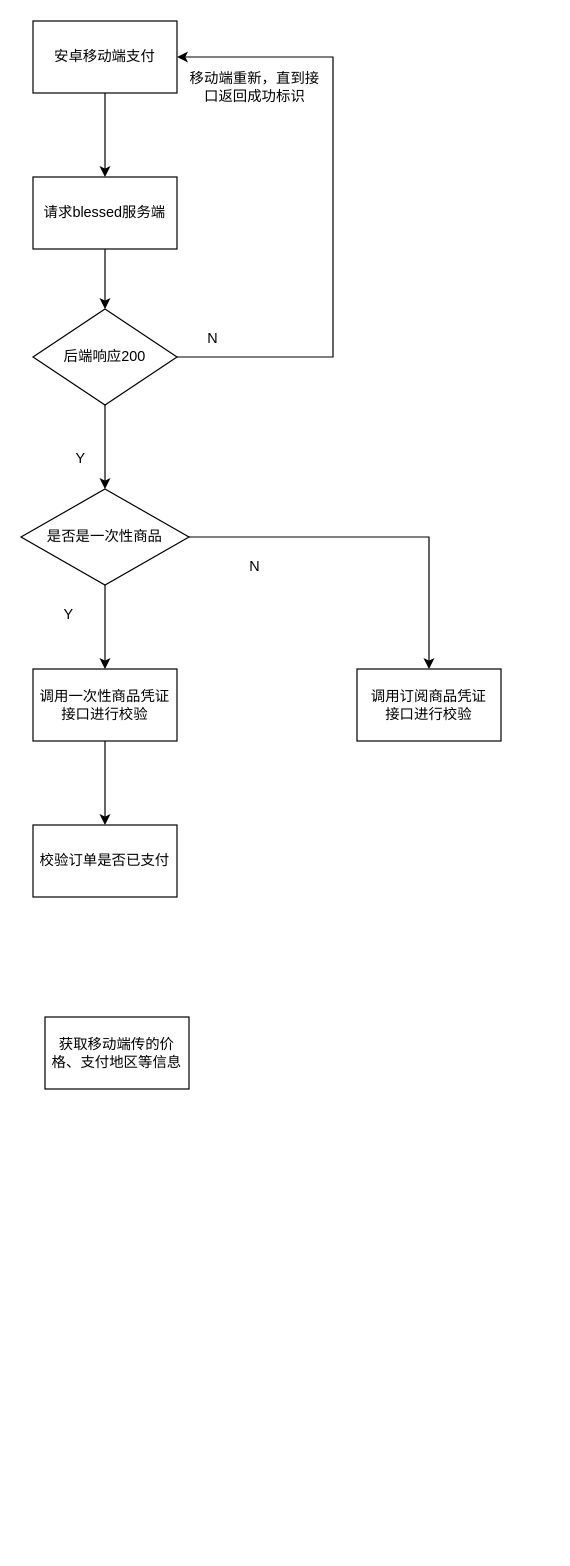
Before: 谷歌支付.drawio in ffyyhh995511/draw.io, a draw.io diagram. Source tidied: cells renumbered, new cells numbered last; positions are measured from the earlier drawing's top-left corner, leaving out a move shared by most shapes. Both pictures are drawn from the tidied source at 120%, with x=0, y=0 at pixel (20, 20).
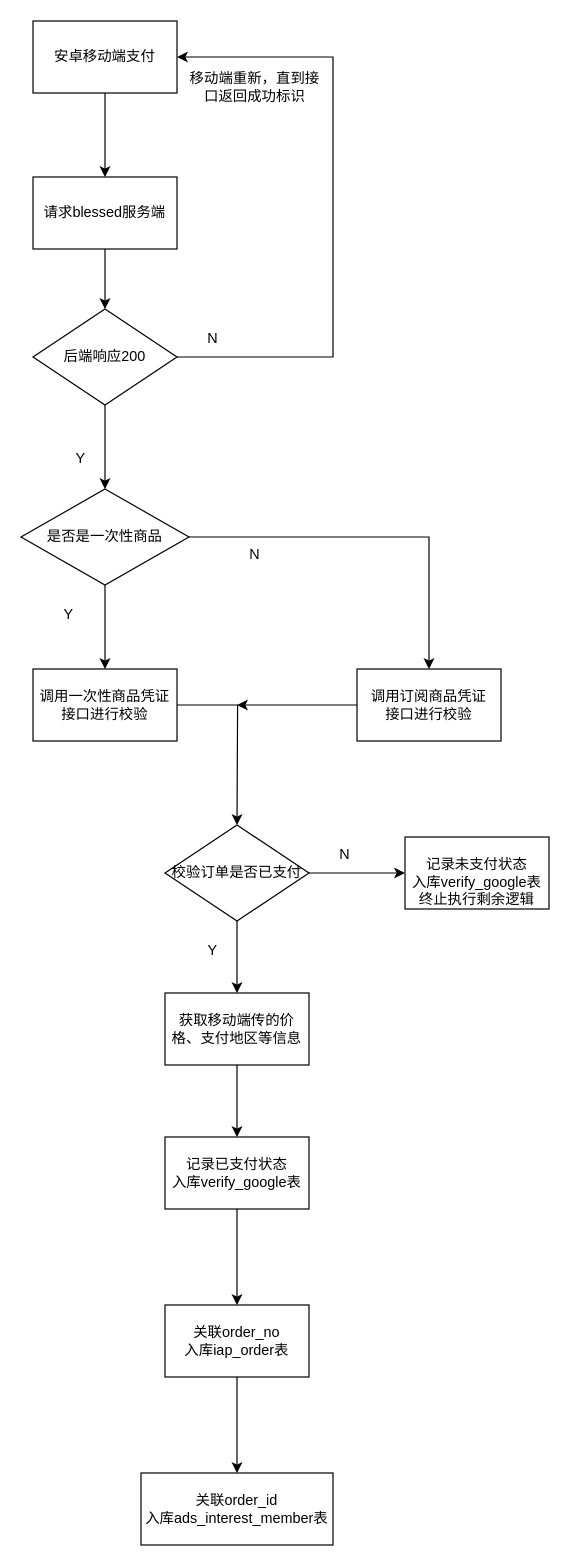
After the change.

Commit message (it also covers changes not shown here):
更新谷歌支付.drawio

The change refers to these unchanged cells:
```xml
<mxCell id="17" value="调用一次性商品凭证&lt;br&gt;接口进行校验" style="rounded=0;whiteSpace=wrap;html=1;" parent="1" vertex="1">
  <mxGeometry x="10" y="540" width="120" height="60" as="geometry" />
</mxCell>
<mxCell id="18" value="调用订阅商品凭证&lt;br&gt;接口进行校验" style="rounded=0;whiteSpace=wrap;html=1;" parent="1" vertex="1">
  <mxGeometry x="280" y="540" width="120" height="60" as="geometry" />
</mxCell>
```

What changed in the source:
```diff
@@
-    <mxCell id="16" style="edgeStyle=orthogonalEdgeStyle;rounded=0;jettySize=auto;html=1;entryX=0.5;entryY=0;entryDx=0;entryDy=0;" parent="1" edge="1" source="17" target="20">
-      <mxGeometry relative="1" as="geometry" />
-    </mxCell>
+    <mxCell id="22" style="edgeStyle=orthogonalEdgeStyle;rounded=0;jettySize=auto;html=1;" parent="1" edge="1" source="17">
+      <mxGeometry relative="1" as="geometry">
+        <mxPoint x="180" y="670" as="targetPoint" />
+      </mxGeometry>
+    </mxCell>
@@
+    <mxCell id="23" style="edgeStyle=orthogonalEdgeStyle;rounded=0;jettySize=auto;html=1;" parent="1" edge="1" source="18">
+      <mxGeometry relative="1" as="geometry">
+        <mxPoint x="180" y="570" as="targetPoint" />
+      </mxGeometry>
+    </mxCell>
@@
     <mxCell id="19" value="N" style="text;html=1;strokeColor=none;fillColor=none;align=center;verticalAlign=middle;whiteSpace=wrap;rounded=0;" parent="1" vertex="1">
-      <mxGeometry x="165" y="440" width="60" height="30" as="geometry" />
+      <mxGeometry x="165" y="430" width="60" height="30" as="geometry" />
     </mxCell>
+    <mxCell id="24" style="edgeStyle=orthogonalEdgeStyle;rounded=0;jettySize=auto;html=1;" parent="1" edge="1" source="20" target="26">
+      <mxGeometry relative="1" as="geometry" />
+    </mxCell>
+    <mxCell id="25" style="edgeStyle=orthogonalEdgeStyle;rounded=0;jettySize=auto;html=1;" parent="1" edge="1" source="20" target="21">
+      <mxGeometry relative="1" as="geometry" />
+    </mxCell>
-    <mxCell id="20" value="校验订单是否已支付" style="rounded=0;whiteSpace=wrap;html=1;" parent="1" vertex="1">
-      <mxGeometry x="10" y="670" width="120" height="60" as="geometry" />
+    <mxCell id="20" value="校验订单是否已支付" style="rhombus;whiteSpace=wrap;html=1;" parent="1" vertex="1">
+      <mxGeometry x="120" y="670" width="120" height="80" as="geometry" />
     </mxCell>
+    <mxCell id="26" value="&lt;br&gt;记录未支付状态&lt;br&gt;入库verify_google表&lt;br&gt;终止执行剩余逻辑&lt;br&gt;" style="whiteSpace=wrap;html=1;" parent="1" vertex="1">
+      <mxGeometry x="320" y="680" width="120" height="60" as="geometry" />
+    </mxCell>
+    <mxCell id="27" value="N" style="text;html=1;strokeColor=none;fillColor=none;align=center;verticalAlign=middle;whiteSpace=wrap;rounded=0;" parent="1" vertex="1">
+      <mxGeometry x="240" y="680" width="60" height="30" as="geometry" />
+    </mxCell>
+    <mxCell id="28" style="edgeStyle=orthogonalEdgeStyle;rounded=0;jettySize=auto;html=1;" parent="1" edge="1" source="21">
+      <mxGeometry relative="1" as="geometry">
+        <mxPoint x="180" y="930" as="targetPoint" />
+      </mxGeometry>
+    </mxCell>
-    <mxCell id="21" value="获取移动端传的价格、支付地区等信息" style="rounded=0;whiteSpace=wrap;html=1;" parent="1" vertex="1">
-      <mxGeometry x="20" y="830" width="120" height="60" as="geometry" />
+    <mxCell id="21" value="获取移动端传的价格、支付地区等信息" style="whiteSpace=wrap;html=1;" parent="1" vertex="1">
+      <mxGeometry x="120" y="810" width="120" height="60" as="geometry" />
     </mxCell>
+    <mxCell id="29" value="Y" style="text;html=1;strokeColor=none;fillColor=none;align=center;verticalAlign=middle;whiteSpace=wrap;rounded=0;" parent="1" vertex="1">
+      <mxGeometry x="130" y="760" width="60" height="30" as="geometry" />
+    </mxCell>
+    <mxCell id="30" style="edgeStyle=orthogonalEdgeStyle;rounded=0;jettySize=auto;html=1;" parent="1" edge="1" source="31" target="33">
+      <mxGeometry relative="1" as="geometry">
+        <Array as="points">
+          <mxPoint x="180" y="1010" />
+          <mxPoint x="180" y="1010" />
+        </Array>
+      </mxGeometry>
+    </mxCell>
+    <mxCell id="31" value="记录已支付状态&lt;br&gt;入库verify_google表" style="whiteSpace=wrap;html=1;" parent="1" vertex="1">
+      <mxGeometry x="120" y="930" width="120" height="60" as="geometry" />
+    </mxCell>
+    <mxCell id="32" style="edgeStyle=orthogonalEdgeStyle;rounded=0;jettySize=auto;html=1;" parent="1" edge="1" source="33" target="34">
+      <mxGeometry relative="1" as="geometry" />
+    </mxCell>
+    <mxCell id="33" value="关联order_no&lt;br&gt;入库iap_order表" style="whiteSpace=wrap;html=1;" parent="1" vertex="1">
+      <mxGeometry x="120" y="1070" width="120" height="60" as="geometry" />
+    </mxCell>
+    <mxCell id="34" value="关联order_id&lt;br&gt;入库ads_interest_member表" style="whiteSpace=wrap;html=1;" parent="1" vertex="1">
+      <mxGeometry x="100" y="1210" width="160" height="60" as="geometry" />
+    </mxCell>
```
